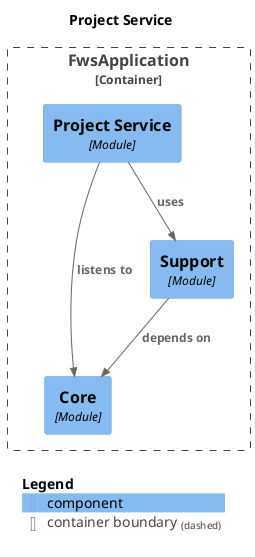
Before: docs/modules/module-project.png, a diagram exported from PlantUML (krloxz/fws-application).
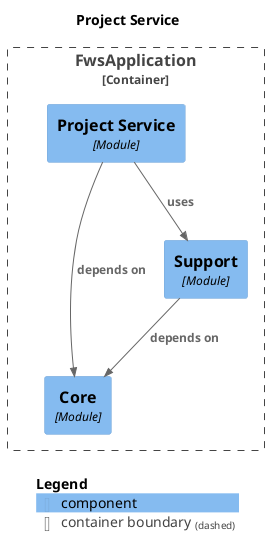
Above is the later version.

Change to the diagram source:
```diff
@@ -14,9 +14,9 @@
   Component(FwsApplication.FwsApplication.Support, "Support", $techn="Module", $descr="", $tags="", $link="")
 }
 
+Rel(FwsApplication.FwsApplication.ProjectService, FwsApplication.FwsApplication.Core, "depends on", $techn="", $tags="", $link="")
+Rel(FwsApplication.FwsApplication.ProjectService, FwsApplication.FwsApplication.Support, "uses", $techn="", $tags="", $link="")
 Rel(FwsApplication.FwsApplication.Support, FwsApplication.FwsApplication.Core, "depends on", $techn="", $tags="", $link="")
-Rel(FwsApplication.FwsApplication.ProjectService, FwsApplication.FwsApplication.Core, "listens to", $techn="", $tags="", $link="")
-Rel(FwsApplication.FwsApplication.ProjectService, FwsApplication.FwsApplication.Support, "uses", $techn="", $tags="", $link="")
 
 SHOW_LEGEND(true)
 @enduml
```
